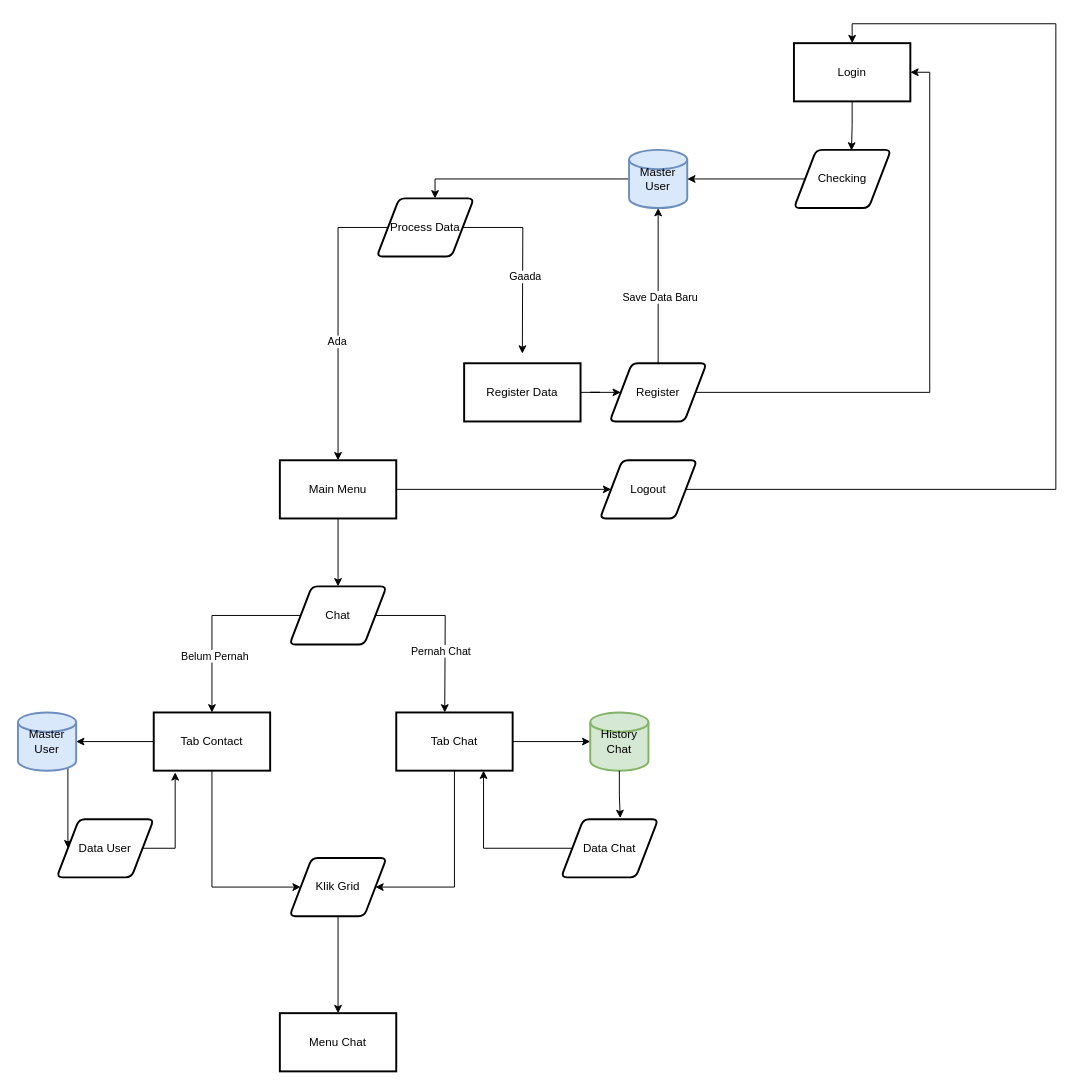
amelisaputri/Project_CADCAM keeps this draw.io diagram as SkemaChatNew.drawio. Above is the earlier version. Source tidied: cells renumbered, new cells numbered last; positions are measured from the earlier drawing's top-left corner, leaving out a move shared by most shapes. Both pictures are drawn from the tidied source at 97%, with x=0, y=0 at pixel (17, 23).
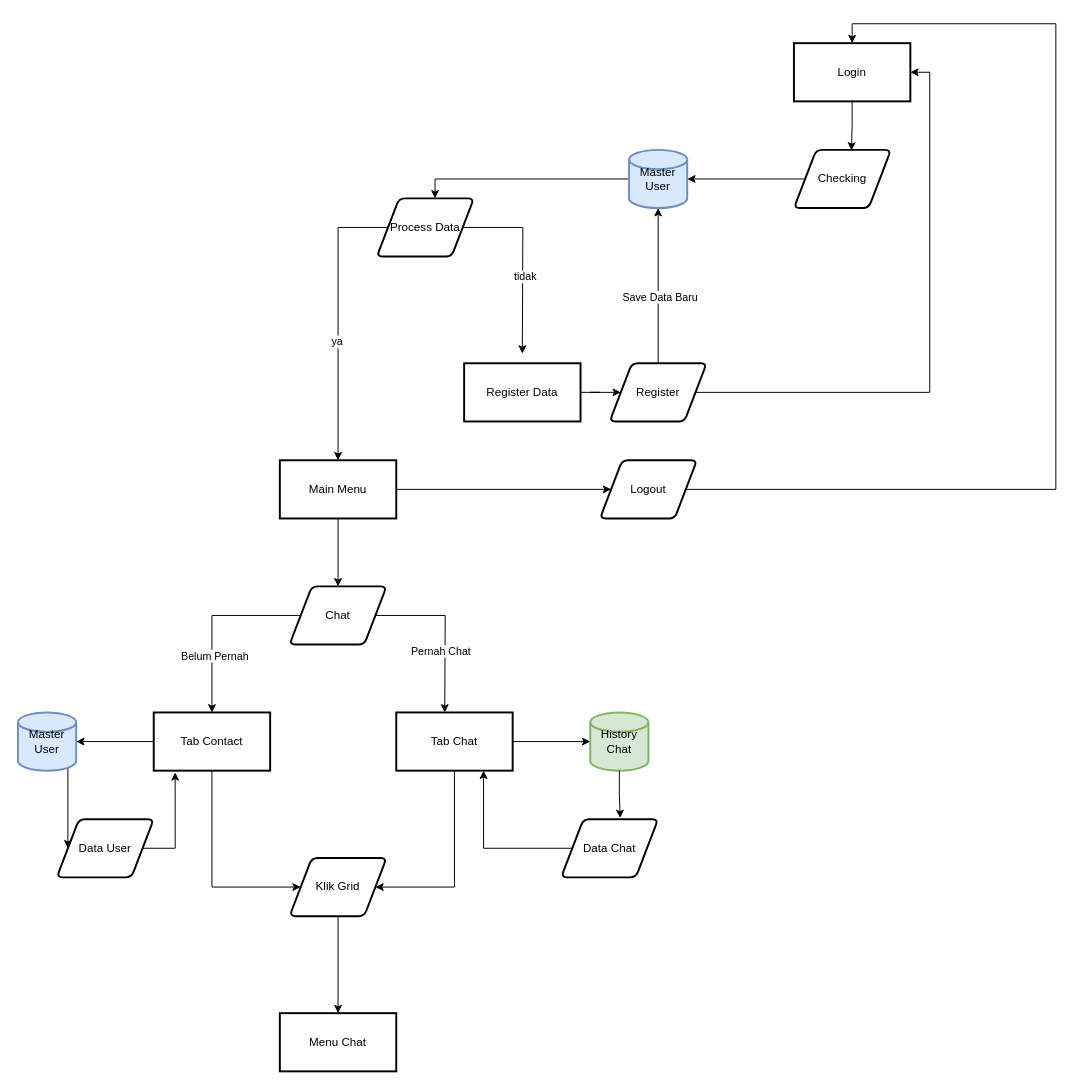
The same page after the edit.

The change refers to these unchanged cells:
```xml
<mxCell id="7" style="edgeStyle=orthogonalEdgeStyle;rounded=0;jettySize=auto;html=1;exitX=1;exitY=0.5;exitDx=0;exitDy=0;" parent="1" edge="1" source="11">
  <mxGeometry relative="1" as="geometry">
    <mxPoint x="520" y="340" as="targetPoint" />
  </mxGeometry>
</mxCell>
<mxCell id="9" style="edgeStyle=orthogonalEdgeStyle;rounded=0;jettySize=auto;html=1;exitX=0;exitY=0.5;exitDx=0;exitDy=0;entryX=0.5;entryY=0;entryDx=0;entryDy=0;" parent="1" edge="1" source="11" target="14">
  <mxGeometry relative="1" as="geometry">
    <Array as="points">
      <mxPoint x="330" y="210" />
    </Array>
  </mxGeometry>
</mxCell>
```

What changed in the source:
```diff
@@
-    <mxCell id="8" value="Gaada" style="edgeLabel;html=1;align=center;verticalAlign=middle;" parent="7" vertex="1">
+    <mxCell id="8" value="tidak" style="edgeLabel;html=1;align=center;verticalAlign=middle;" parent="7" vertex="1">
       <mxGeometry x="0.17" y="2" relative="1" as="geometry" />
     </mxCell>
@@
-    <mxCell id="10" value="Ada" style="edgeLabel;html=1;align=center;verticalAlign=middle;" parent="9" vertex="1">
+    <mxCell id="10" value="ya" style="edgeLabel;html=1;align=center;verticalAlign=middle;" parent="9" vertex="1">
       <mxGeometry x="0.16" y="-2" relative="1" as="geometry" />
     </mxCell>
```
